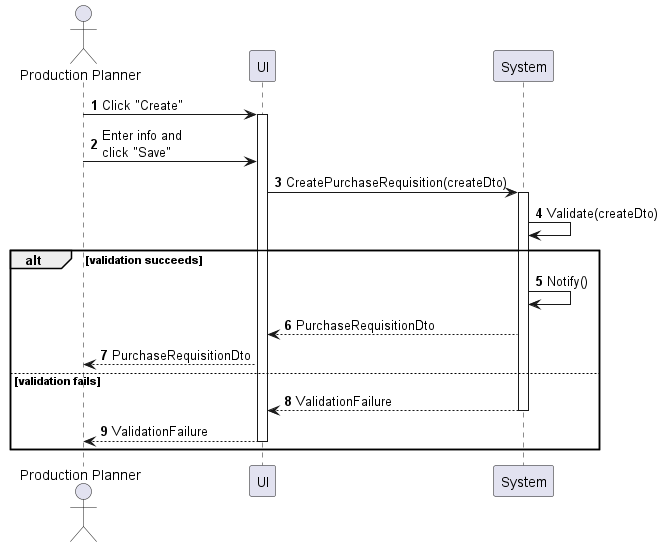
Before: sequences/purchase-requisition-create.png, a diagram exported from PlantUML (phihungha/scmss-reqs).
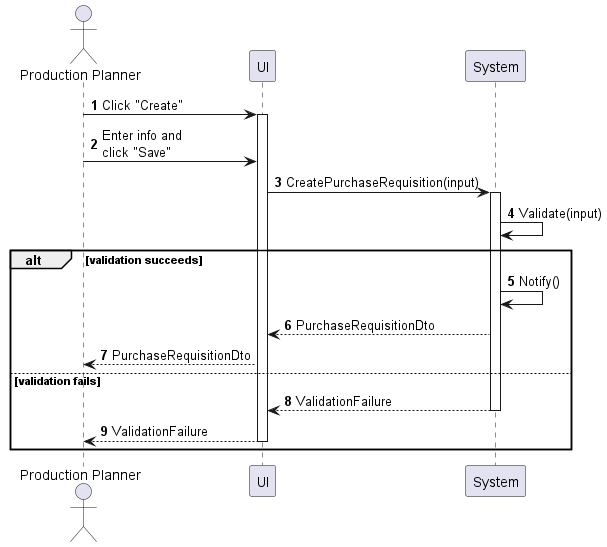
Above is the later version.

Diff of the diagram source:
```diff
@@ -8,9 +8,9 @@
 a -> f : Click "Create"
 activate f
 a -> f : Enter info and\nclick "Save"
-f -> b : CreatePurchaseRequisition(createDto)
+f -> b : CreatePurchaseRequisition(input)
 activate b
-b -> b : Validate(createDto)
+b -> b : Validate(input)
 
 alt validation succeeds
     b -> b : Notify()
```
